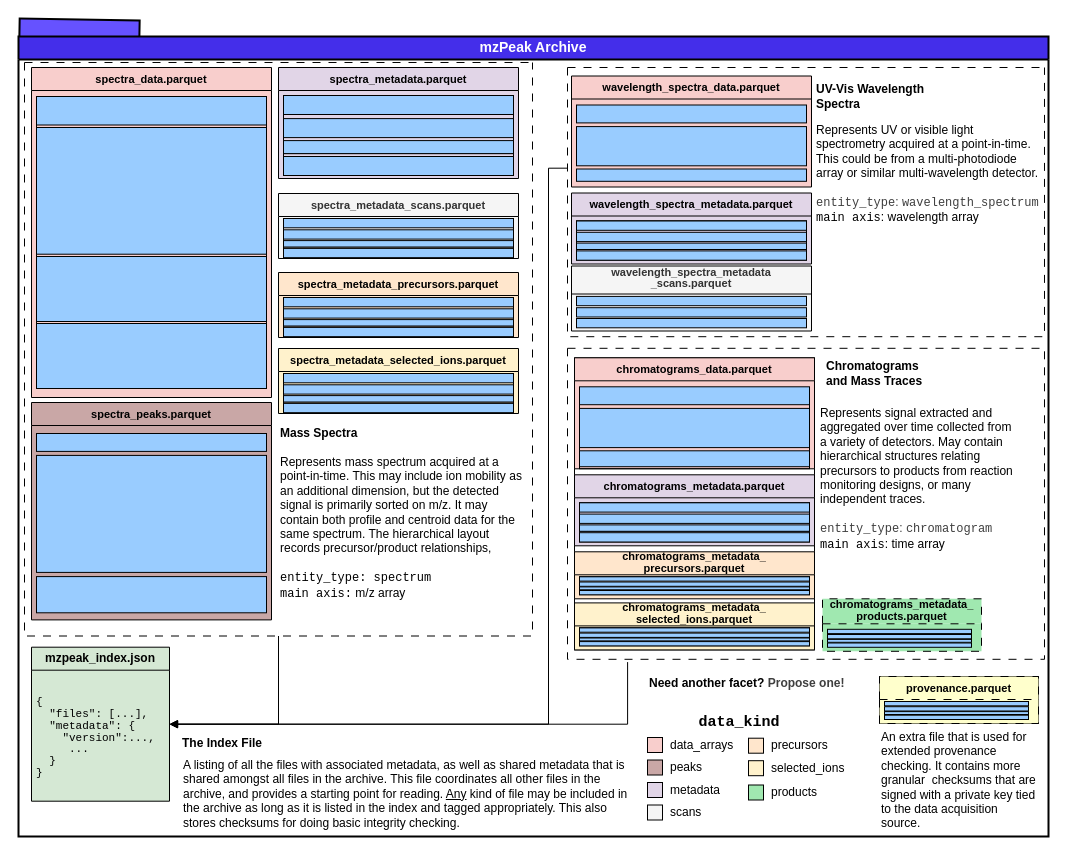
This is docs/assets/img/archive-layout.drawio from HUPO-PSI/mzPeak-specification, a draw.io file, before an edit. Source tidied: cells renumbered, new cells numbered last; positions are measured from the earlier drawing's top-left corner, leaving out a move shared by most shapes. Both pictures are drawn from the tidied source at 100%, with x=0, y=0 at pixel (18, 19).
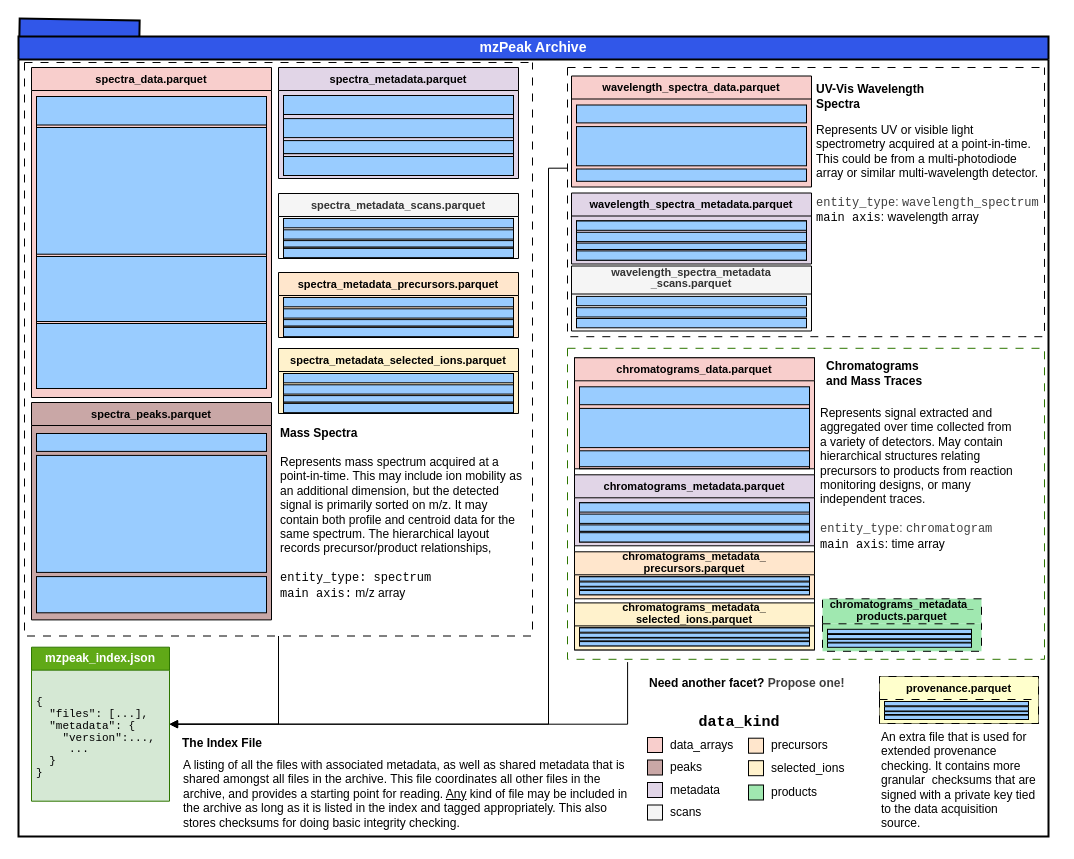
The same page after the edit.

What changed in the source:
```diff
@@
-    <mxCell id="2" style="rounded=0;whiteSpace=wrap;html=1;fillColor=#6652FF;strokeColor=light-dark(#000000,#121212);strokeWidth=2;rotation=1;" parent="1" vertex="1">
+    <mxCell id="2" style="rounded=0;whiteSpace=wrap;html=1;fillColor=#3157E9;strokeColor=light-dark(#000000,#121212);strokeWidth=2;rotation=1;" parent="1" vertex="1">
       <mxGeometry x="1" width="120" height="20" as="geometry" />
     </mxCell>
-    <mxCell id="3" value="mzPeak Archive" style="swimlane;fillColor=#442EEA;strokeColor=light-dark(#000000,#121212);strokeWidth=2;fontSize=14;fontColor=#FFFFFF;spacingBottom=3;spacing=0;swimlaneFillColor=default;" parent="1" vertex="1">
+    <mxCell id="3" value="mzPeak Archive" style="swimlane;fillColor=#3157E9;strokeColor=light-dark(#000000,#121212);strokeWidth=2;fontSize=14;fontColor=#FFFFFF;spacingBottom=3;spacing=0;swimlaneFillColor=default;" parent="1" vertex="1">
       <mxGeometry y="17" width="1030" height="800" as="geometry" />
     </mxCell>
-    <mxCell id="4" value="mzpeak_index.json" style="swimlane;whiteSpace=wrap;html=1;fillColor=#d5e8d4;strokeColor=light-dark(#000000,#121212);rounded=0;swimlaneFillColor=#D5E8D4;" parent="3" vertex="1">
+    <mxCell id="4" value="mzpeak_index.json" style="swimlane;whiteSpace=wrap;html=1;fillColor=#60a917;strokeColor=#2D7600;rounded=0;swimlaneFillColor=#D5E8D4;fontColor=#ffffff;" parent="3" vertex="1">
       <mxGeometry x="13" y="610.7" width="138" height="154" as="geometry" />
     </mxCell>
@@
-    <mxCell id="94" style="swimlane;startSize=0;dashed=1;dashPattern=8 8;rounded=0;strokeColor=light-dark(#000000,#121212);" parent="3" vertex="1">
+    <mxCell id="94" style="swimlane;startSize=0;dashed=1;dashPattern=8 8;rounded=0;strokeColor=#2D7600;fillColor=#60a917;fontColor=#ffffff;" parent="3" vertex="1">
       <mxGeometry x="549" y="311.8" width="477" height="311" as="geometry" />
     </mxCell>
```
